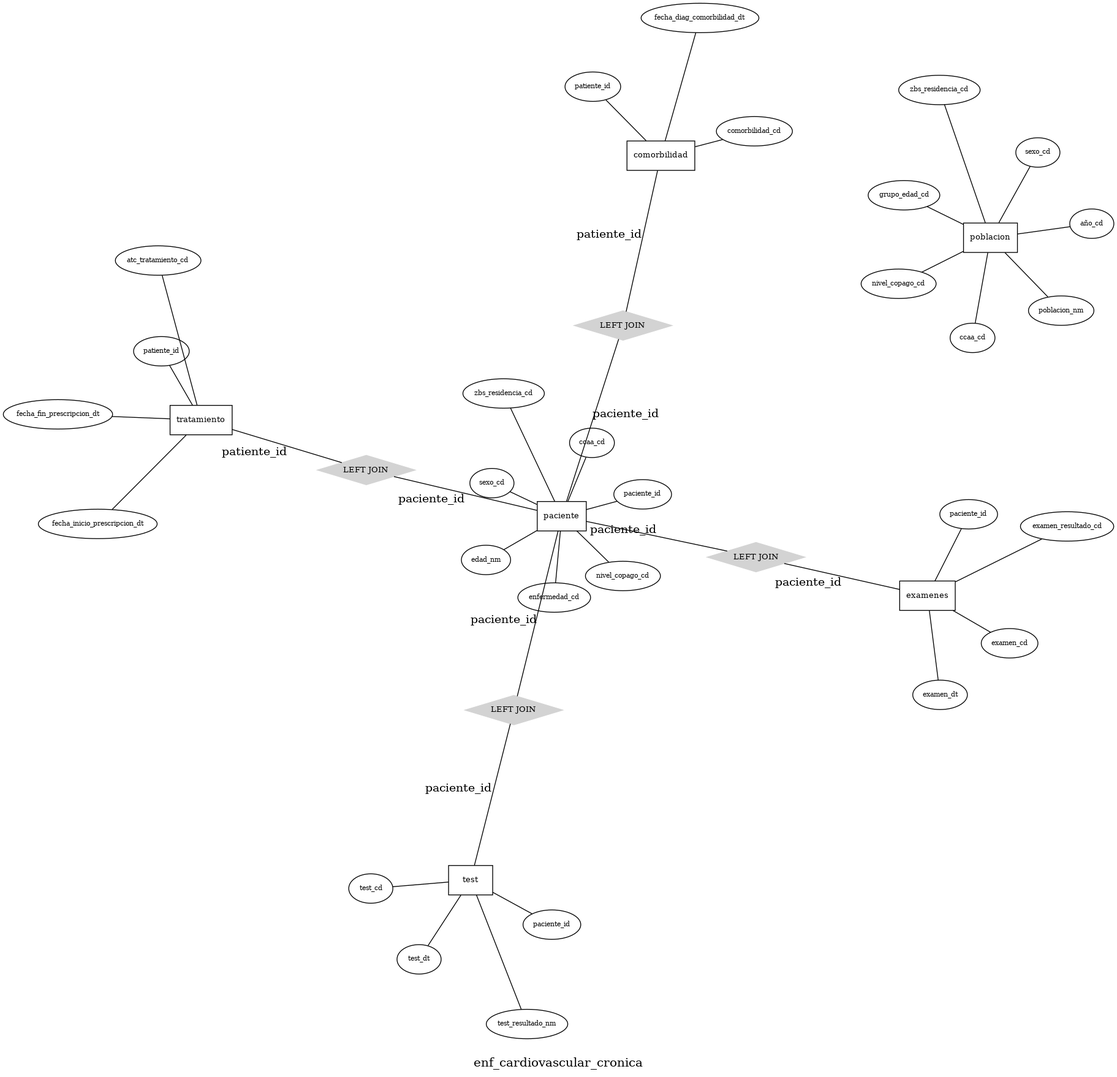
The Graphviz diagram docs/CDM/ER.gv.png in cienciadedatosysalud/atlas-cardio, before a commit. Its source is kept beside it as docs/CDM/ER.gv.
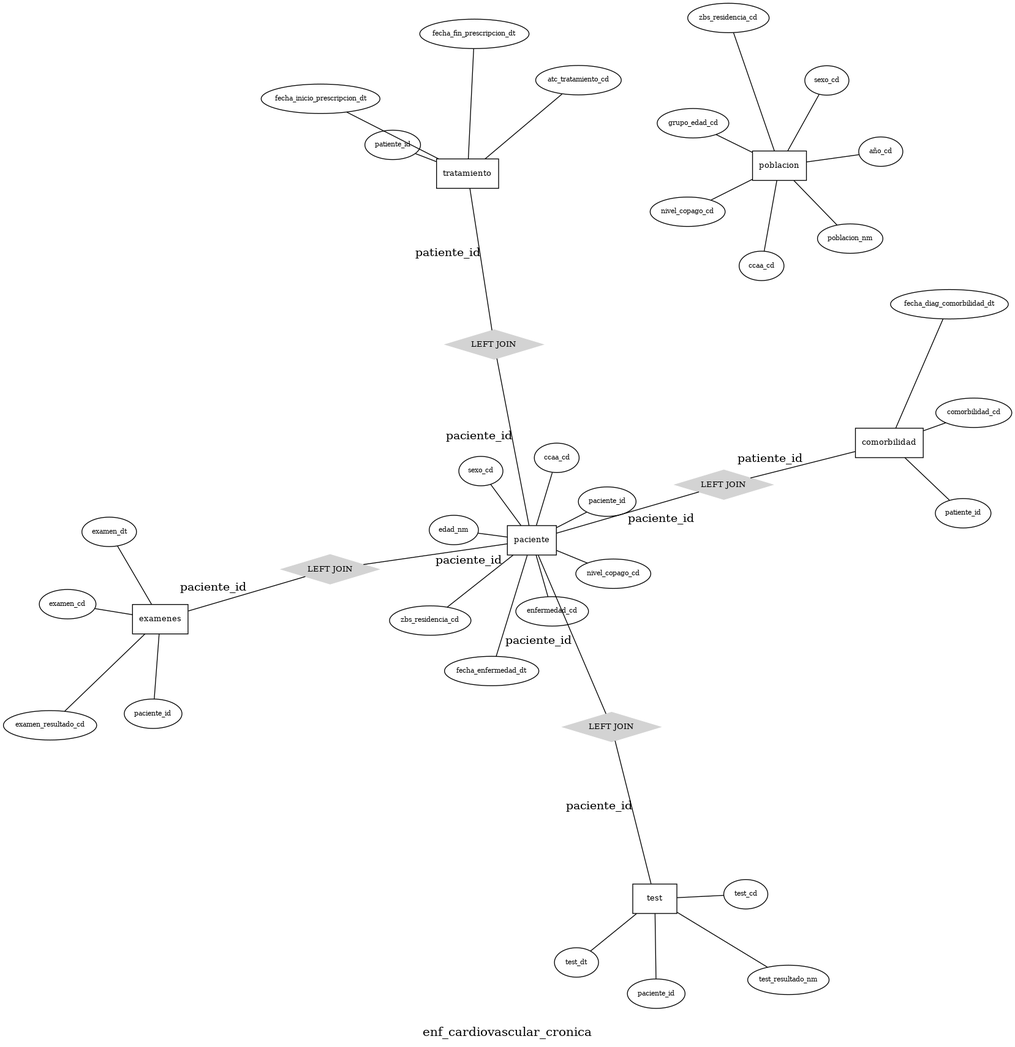
After the change.

Diff of the diagram source:
```diff
@@ -16,6 +16,8 @@
 	paciente_edad_nm -- paciente [len=1.5]
 	paciente_nivel_copago_cd [label=nivel_copago_cd fontsize="8pt"]
 	paciente_nivel_copago_cd -- paciente [len=1.5]
+	paciente_fecha_enfermedad_dt [label=fecha_enfermedad_dt fontsize="8pt"]
+	paciente_fecha_enfermedad_dt -- paciente [len=2.1]
 	node [shape=box]
 	poblacion [fontsize="10pt"]
 	node [shape=ellipse]
```
